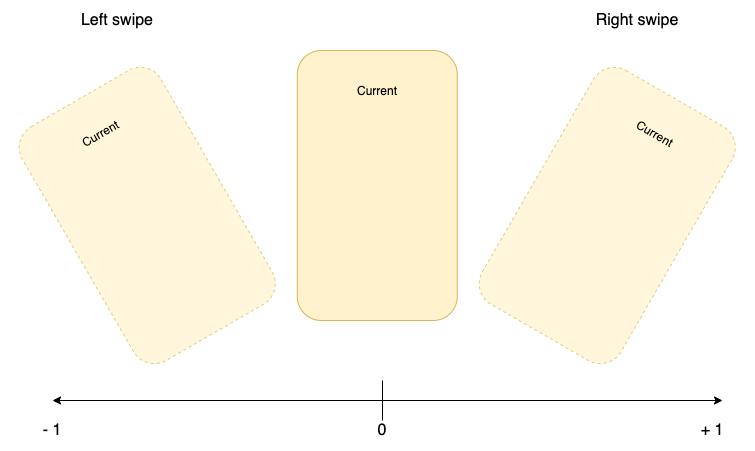
The draw.io diagram current_card_animation.png in DanielCardonaRojas/flicked_cards, before a commit. Source tidied: cells renumbered, new cells last; positions are measured from the earlier drawing's top-left corner, leaving out a move shared by most shapes. Its diagram source:
```xml
<mxGraphModel>
  <root>
    <mxCell id="0" />
    <mxCell id="1" parent="0" />
    <mxCell id="2" style="group;" parent="1" vertex="1">
      <mxGeometry y="40" width="733.6" height="321.9" as="geometry" />
    </mxCell>
    <mxCell id="3" style="group;rotation=-30;opacity=30;dashed=1;" parent="2" vertex="1">
      <mxGeometry x="56.8" y="30" width="160" height="270" as="geometry" />
    </mxCell>
    <mxCell id="4" style="rounded=1;whiteSpace=wrap;html=1;fillColor=#fff2cc;strokeColor=#d6b656;rotation=-30;opacity=70;dashed=1;" parent="3" vertex="1">
      <mxGeometry width="160" height="270" as="geometry" />
    </mxCell>
    <mxCell id="5" value="Current" style="text;html=1;strokeColor=none;fillColor=none;align=center;verticalAlign=middle;whiteSpace=wrap;rounded=0;rotation=-30;" parent="3" vertex="1">
      <mxGeometry x="13" y="43" width="40" height="20" as="geometry" />
    </mxCell>
    <mxCell id="6" style="group;rotation=0;" parent="2" vertex="1">
      <mxGeometry x="286.8" width="160" height="270" as="geometry" />
    </mxCell>
    <mxCell id="7" style="rounded=1;whiteSpace=wrap;html=1;fillColor=#fff2cc;strokeColor=#d6b656;" parent="6" vertex="1">
      <mxGeometry width="160" height="270" as="geometry" />
    </mxCell>
    <mxCell id="8" value="Current" style="text;html=1;strokeColor=none;fillColor=none;align=center;verticalAlign=middle;whiteSpace=wrap;rounded=0;" parent="6" vertex="1">
      <mxGeometry x="60" y="30" width="40" height="20" as="geometry" />
    </mxCell>
    <mxCell id="9" style="group;rotation=30;" parent="2" vertex="1">
      <mxGeometry x="516.8" y="30" width="160" height="270" as="geometry" />
    </mxCell>
    <mxCell id="10" style="rounded=1;whiteSpace=wrap;html=1;fillColor=#fff2cc;strokeColor=#d6b656;rotation=30;opacity=70;dashed=1;" parent="9" vertex="1">
      <mxGeometry width="160" height="270" as="geometry" />
    </mxCell>
    <mxCell id="11" value="Current" style="text;html=1;strokeColor=none;fillColor=none;align=center;verticalAlign=middle;whiteSpace=wrap;rounded=0;rotation=30;" parent="9" vertex="1">
      <mxGeometry x="108" y="43" width="40" height="20" as="geometry" />
    </mxCell>
    <mxCell id="12" style="endArrow=classic;html=1;fontSize=13;" parent="2" edge="1">
      <mxGeometry relative="1" as="geometry">
        <mxPoint x="372" y="350" as="sourcePoint" />
        <mxPoint x="712" y="350" as="targetPoint" />
      </mxGeometry>
    </mxCell>
    <mxCell id="13" style="endArrow=classic;html=1;fontSize=13;" parent="1" edge="1">
      <mxGeometry relative="1" as="geometry">
        <mxPoint x="372" y="390" as="sourcePoint" />
        <mxPoint x="42" y="390" as="targetPoint" />
      </mxGeometry>
    </mxCell>
    <mxCell id="14" style="endArrow=none;html=1;fontSize=13;" parent="1" edge="1">
      <mxGeometry relative="1" as="geometry">
        <mxPoint x="372" y="370" as="sourcePoint" />
        <mxPoint x="372" y="410" as="targetPoint" />
      </mxGeometry>
    </mxCell>
    <mxCell id="15" value="0" style="text;html=1;strokeColor=none;fillColor=none;align=center;verticalAlign=middle;whiteSpace=wrap;rounded=0;fontSize=16;opacity=70;" parent="1" vertex="1">
      <mxGeometry x="352" y="410" width="40" height="20" as="geometry" />
    </mxCell>
    <mxCell id="16" value="+ 1" style="text;html=1;strokeColor=none;fillColor=none;align=center;verticalAlign=middle;whiteSpace=wrap;rounded=0;fontSize=16;opacity=70;" parent="1" vertex="1">
      <mxGeometry x="682" y="410" width="40" height="20" as="geometry" />
    </mxCell>
    <mxCell id="17" value="- 1" style="text;html=1;strokeColor=none;fillColor=none;align=center;verticalAlign=middle;whiteSpace=wrap;rounded=0;fontSize=16;opacity=70;" parent="1" vertex="1">
      <mxGeometry x="22" y="410" width="40" height="20" as="geometry" />
    </mxCell>
    <mxCell id="18" value="Left swipe" style="text;html=1;strokeColor=none;fillColor=none;align=center;verticalAlign=middle;whiteSpace=wrap;rounded=0;fontSize=16;opacity=70;" parent="1" vertex="1">
      <mxGeometry x="62" width="90" height="20" as="geometry" />
    </mxCell>
    <mxCell id="19" value="Right swipe" style="text;html=1;strokeColor=none;fillColor=none;align=center;verticalAlign=middle;whiteSpace=wrap;rounded=0;fontSize=16;opacity=70;" parent="1" vertex="1">
      <mxGeometry x="582" width="90" height="20" as="geometry" />
    </mxCell>
  </root>
</mxGraphModel>
```
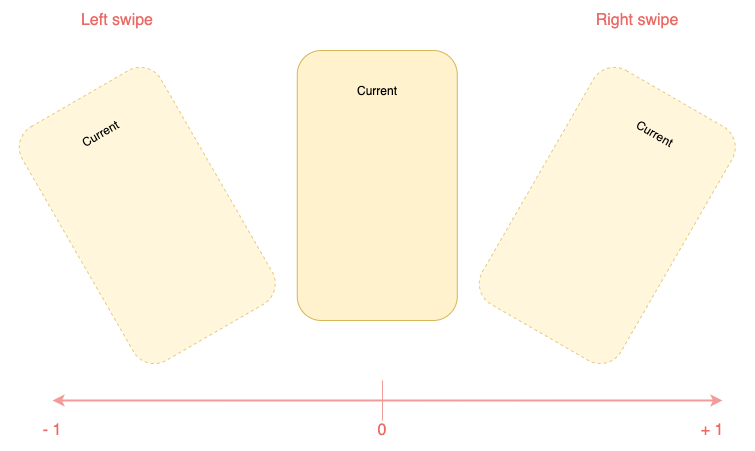
After the commit.

The edit, as a diff of the source:
```diff
@@ -32,37 +32,37 @@
     <mxCell id="11" value="Current" style="text;html=1;strokeColor=none;fillColor=none;align=center;verticalAlign=middle;whiteSpace=wrap;rounded=0;rotation=30;" parent="9" vertex="1">
       <mxGeometry x="108" y="43" width="40" height="20" as="geometry" />
     </mxCell>
-    <mxCell id="12" style="endArrow=classic;html=1;fontSize=13;" parent="2" edge="1">
+    <mxCell id="12" style="endArrow=classic;html=1;fontSize=13;fontColor=#EA6B66;strokeColor=#F19C99;strokeWidth=2;" parent="2" edge="1">
       <mxGeometry relative="1" as="geometry">
         <mxPoint x="372" y="350" as="sourcePoint" />
         <mxPoint x="712" y="350" as="targetPoint" />
       </mxGeometry>
     </mxCell>
-    <mxCell id="13" style="endArrow=classic;html=1;fontSize=13;" parent="1" edge="1">
+    <mxCell id="13" style="endArrow=classic;html=1;fontSize=13;fontColor=#EA6B66;strokeColor=#F19C99;strokeWidth=2;" parent="1" edge="1">
       <mxGeometry relative="1" as="geometry">
         <mxPoint x="372" y="390" as="sourcePoint" />
         <mxPoint x="42" y="390" as="targetPoint" />
       </mxGeometry>
     </mxCell>
-    <mxCell id="14" style="endArrow=none;html=1;fontSize=13;" parent="1" edge="1">
+    <mxCell id="14" style="endArrow=none;html=1;fontSize=13;fontColor=#EA6B66;strokeColor=#F19C99;" parent="1" edge="1">
       <mxGeometry relative="1" as="geometry">
         <mxPoint x="372" y="370" as="sourcePoint" />
         <mxPoint x="372" y="410" as="targetPoint" />
       </mxGeometry>
     </mxCell>
-    <mxCell id="15" value="0" style="text;html=1;strokeColor=none;fillColor=none;align=center;verticalAlign=middle;whiteSpace=wrap;rounded=0;fontSize=16;opacity=70;" parent="1" vertex="1">
+    <mxCell id="15" value="0" style="text;html=1;fillColor=none;align=center;verticalAlign=middle;whiteSpace=wrap;rounded=0;fontSize=16;opacity=70;fontColor=#EA6B66;" parent="1" vertex="1">
       <mxGeometry x="352" y="410" width="40" height="20" as="geometry" />
     </mxCell>
-    <mxCell id="16" value="+ 1" style="text;html=1;strokeColor=none;fillColor=none;align=center;verticalAlign=middle;whiteSpace=wrap;rounded=0;fontSize=16;opacity=70;" parent="1" vertex="1">
+    <mxCell id="16" value="+ 1" style="text;html=1;fillColor=none;align=center;verticalAlign=middle;whiteSpace=wrap;rounded=0;fontSize=16;opacity=70;fontColor=#EA6B66;" parent="1" vertex="1">
       <mxGeometry x="682" y="410" width="40" height="20" as="geometry" />
     </mxCell>
-    <mxCell id="17" value="- 1" style="text;html=1;strokeColor=none;fillColor=none;align=center;verticalAlign=middle;whiteSpace=wrap;rounded=0;fontSize=16;opacity=70;" parent="1" vertex="1">
+    <mxCell id="17" value="- 1" style="text;html=1;fillColor=none;align=center;verticalAlign=middle;whiteSpace=wrap;rounded=0;fontSize=16;opacity=70;fontColor=#EA6B66;" parent="1" vertex="1">
       <mxGeometry x="22" y="410" width="40" height="20" as="geometry" />
     </mxCell>
-    <mxCell id="18" value="Left swipe" style="text;html=1;strokeColor=none;fillColor=none;align=center;verticalAlign=middle;whiteSpace=wrap;rounded=0;fontSize=16;opacity=70;" parent="1" vertex="1">
+    <mxCell id="18" value="Left swipe" style="text;html=1;strokeColor=none;fillColor=none;align=center;verticalAlign=middle;whiteSpace=wrap;rounded=0;fontSize=16;opacity=70;fontColor=#EA6B66;" parent="1" vertex="1">
       <mxGeometry x="62" width="90" height="20" as="geometry" />
     </mxCell>
-    <mxCell id="19" value="Right swipe" style="text;html=1;strokeColor=none;fillColor=none;align=center;verticalAlign=middle;whiteSpace=wrap;rounded=0;fontSize=16;opacity=70;" parent="1" vertex="1">
+    <mxCell id="19" value="Right swipe" style="text;html=1;strokeColor=none;fillColor=none;align=center;verticalAlign=middle;whiteSpace=wrap;rounded=0;fontSize=16;opacity=70;fontColor=#EA6B66;" parent="1" vertex="1">
       <mxGeometry x="582" width="90" height="20" as="geometry" />
     </mxCell>
   </root>
```
